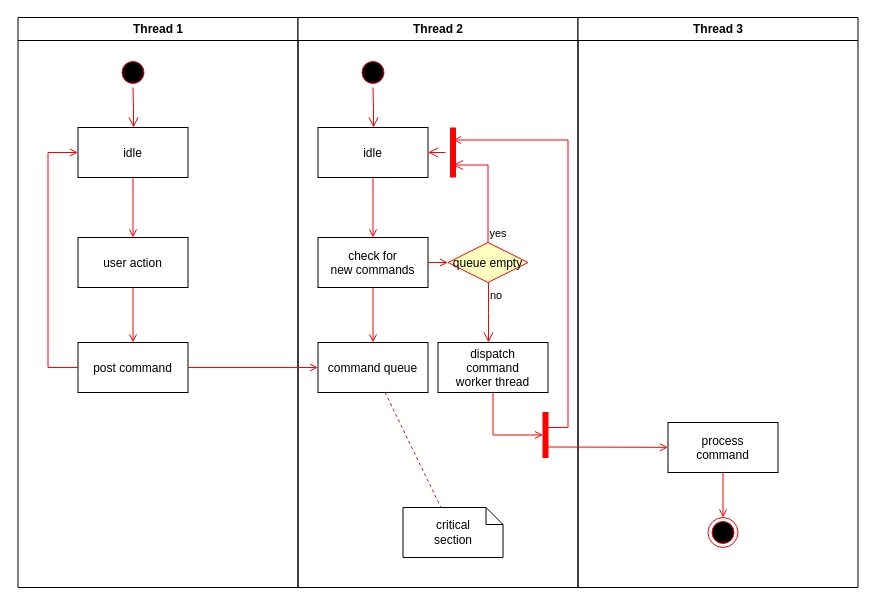
Above: Untitled Diagram.drawio in chenran99/chrnran99 (draw.io), before the change. Source tidied: cells renumbered, new cells numbered last; positions are measured from the earlier drawing's top-left corner, leaving out a move shared by most shapes. Both pictures are drawn from the tidied source at 100%, with x=0, y=0 at pixel (17, 17).
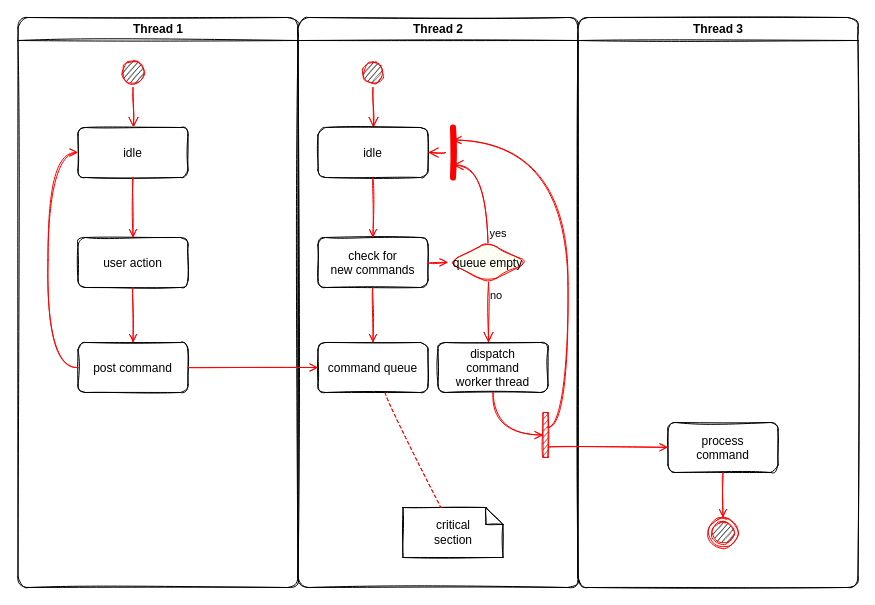
The same page after the edit.

What changed in the source:
```diff
@@
-    <mxCell id="2" value="Thread 1" style="swimlane;whiteSpace=wrap;" parent="1" vertex="1">
+    <mxCell id="2" value="Thread 1" style="swimlane;whiteSpace=wrap;sketch=1;rounded=1;" parent="1" vertex="1">
       <mxGeometry x="0.5" width="280" height="570" as="geometry" />
     </mxCell>
-    <mxCell id="3" style="ellipse;shape=startState;fillColor=#000000;strokeColor=#ff0000;" parent="2" vertex="1">
+    <mxCell id="3" style="ellipse;shape=startState;fillColor=#000000;strokeColor=#ff0000;sketch=1;rounded=1;" parent="2" vertex="1">
       <mxGeometry x="100" y="40" width="30" height="30" as="geometry" />
     </mxCell>
-    <mxCell id="4" style="edgeStyle=elbowEdgeStyle;elbow=horizontal;verticalAlign=bottom;endArrow=open;endSize=8;strokeColor=#FF0000;endFill=1;rounded=0;" parent="2" edge="1" source="3" target="5">
+    <mxCell id="4" style="edgeStyle=elbowEdgeStyle;elbow=horizontal;verticalAlign=bottom;endArrow=open;endSize=8;strokeColor=#FF0000;endFill=1;sketch=1;curved=1;" parent="2" edge="1" source="3" target="5">
       <mxGeometry x="100" y="40" as="geometry" />
     </mxCell>
-    <mxCell id="5" value="idle" parent="2" vertex="1">
+    <mxCell id="5" value="idle" style="sketch=1;rounded=1;" parent="2" vertex="1">
       <mxGeometry x="60" y="110" width="110" height="50" as="geometry" />
     </mxCell>
-    <mxCell id="6" value="user action" parent="2" vertex="1">
+    <mxCell id="6" value="user action" style="sketch=1;rounded=1;" parent="2" vertex="1">
       <mxGeometry x="60" y="220" width="110" height="50" as="geometry" />
     </mxCell>
-    <mxCell id="7" style="endArrow=open;strokeColor=#FF0000;endFill=1;rounded=0;" parent="2" edge="1" source="5" target="6">
+    <mxCell id="7" style="endArrow=open;strokeColor=#FF0000;endFill=1;sketch=1;curved=1;" parent="2" edge="1" source="5" target="6">
       <mxGeometry relative="1" as="geometry" />
     </mxCell>
-    <mxCell id="8" value="post command" parent="2" vertex="1">
+    <mxCell id="8" value="post command" style="sketch=1;rounded=1;" parent="2" vertex="1">
       <mxGeometry x="60" y="325" width="110" height="50" as="geometry" />
     </mxCell>
-    <mxCell id="9" style="endArrow=open;strokeColor=#FF0000;endFill=1;rounded=0;" parent="2" edge="1" source="6" target="8">
+    <mxCell id="9" style="endArrow=open;strokeColor=#FF0000;endFill=1;sketch=1;curved=1;" parent="2" edge="1" source="6" target="8">
       <mxGeometry relative="1" as="geometry" />
     </mxCell>
-    <mxCell id="10" style="edgeStyle=elbowEdgeStyle;elbow=horizontal;strokeColor=#FF0000;endArrow=open;endFill=1;rounded=0;" parent="2" edge="1" source="8" target="5">
+    <mxCell id="10" style="edgeStyle=elbowEdgeStyle;elbow=horizontal;strokeColor=#FF0000;endArrow=open;endFill=1;sketch=1;curved=1;" parent="2" edge="1" source="8" target="5">
       <mxGeometry relative="1" as="geometry">
         <Array as="points">
           <mxPoint x="30" y="250" />
         </Array>
       </mxGeometry>
     </mxCell>
-    <mxCell id="11" value="Thread 2" style="swimlane;whiteSpace=wrap;" parent="1" vertex="1">
+    <mxCell id="11" value="Thread 2" style="swimlane;whiteSpace=wrap;sketch=1;rounded=1;" parent="1" vertex="1">
       <mxGeometry x="280.5" width="280" height="570" as="geometry" />
     </mxCell>
-    <mxCell id="12" style="ellipse;shape=startState;fillColor=#000000;strokeColor=#ff0000;" parent="11" vertex="1">
+    <mxCell id="12" style="ellipse;shape=startState;fillColor=#000000;strokeColor=#ff0000;sketch=1;rounded=1;" parent="11" vertex="1">
       <mxGeometry x="60" y="40" width="30" height="30" as="geometry" />
     </mxCell>
-    <mxCell id="13" style="edgeStyle=elbowEdgeStyle;elbow=horizontal;verticalAlign=bottom;endArrow=open;endSize=8;strokeColor=#FF0000;endFill=1;rounded=0;" parent="11" edge="1" source="12" target="14">
+    <mxCell id="13" style="edgeStyle=elbowEdgeStyle;elbow=horizontal;verticalAlign=bottom;endArrow=open;endSize=8;strokeColor=#FF0000;endFill=1;sketch=1;curved=1;" parent="11" edge="1" source="12" target="14">
       <mxGeometry x="40" y="20" as="geometry" />
     </mxCell>
-    <mxCell id="14" value="idle" parent="11" vertex="1">
+    <mxCell id="14" value="idle" style="sketch=1;rounded=1;" parent="11" vertex="1">
       <mxGeometry x="20" y="110" width="110" height="50" as="geometry" />
     </mxCell>
-    <mxCell id="15" value="check for &#10;new commands" parent="11" vertex="1">
+    <mxCell id="15" value="check for &#10;new commands" style="sketch=1;rounded=1;" parent="11" vertex="1">
       <mxGeometry x="20" y="220" width="110" height="50" as="geometry" />
     </mxCell>
-    <mxCell id="16" style="endArrow=open;strokeColor=#FF0000;endFill=1;rounded=0;" parent="11" edge="1" source="14" target="15">
+    <mxCell id="16" style="endArrow=open;strokeColor=#FF0000;endFill=1;sketch=1;curved=1;" parent="11" edge="1" source="14" target="15">
       <mxGeometry relative="1" as="geometry" />
     </mxCell>
-    <mxCell id="17" value="command queue" parent="11" vertex="1">
+    <mxCell id="17" value="command queue" style="sketch=1;rounded=1;" parent="11" vertex="1">
       <mxGeometry x="20" y="325" width="110" height="50" as="geometry" />
     </mxCell>
-    <mxCell id="18" style="endArrow=open;strokeColor=#FF0000;endFill=1;rounded=0;" parent="11" edge="1" source="15" target="17">
+    <mxCell id="18" style="endArrow=open;strokeColor=#FF0000;endFill=1;sketch=1;curved=1;" parent="11" edge="1" source="15" target="17">
       <mxGeometry relative="1" as="geometry" />
     </mxCell>
-    <mxCell id="19" value="queue empty" style="rhombus;fillColor=#ffffc0;strokeColor=#ff0000;" parent="11" vertex="1">
+    <mxCell id="19" value="queue empty" style="rhombus;fillColor=#ffffc0;strokeColor=#ff0000;sketch=1;rounded=1;" parent="11" vertex="1">
       <mxGeometry x="150" y="225" width="80" height="40" as="geometry" />
     </mxCell>
-    <mxCell id="20" value="yes" style="edgeStyle=elbowEdgeStyle;elbow=horizontal;align=left;verticalAlign=bottom;endArrow=open;endSize=8;strokeColor=#FF0000;exitX=0.5;exitY=0;endFill=1;rounded=0;entryX=0.75;entryY=0.5;entryPerimeter=0;" parent="11" edge="1" source="19" target="23">
+    <mxCell id="20" value="yes" style="edgeStyle=elbowEdgeStyle;elbow=horizontal;align=left;verticalAlign=bottom;endArrow=open;endSize=8;strokeColor=#FF0000;exitX=0.5;exitY=0;endFill=1;entryX=0.75;entryY=0.5;entryPerimeter=0;sketch=1;curved=1;" parent="11" edge="1" source="19" target="23">
       <mxGeometry x="-1" relative="1" as="geometry">
         <Array as="points">
           <mxPoint x="190" y="180" />
         </Array>
       </mxGeometry>
     </mxCell>
-    <mxCell id="21" value="no" style="edgeStyle=elbowEdgeStyle;elbow=horizontal;align=left;verticalAlign=top;endArrow=open;endSize=8;strokeColor=#FF0000;endFill=1;rounded=0;" parent="11" edge="1" source="19" target="25">
+    <mxCell id="21" value="no" style="edgeStyle=elbowEdgeStyle;elbow=horizontal;align=left;verticalAlign=top;endArrow=open;endSize=8;strokeColor=#FF0000;endFill=1;sketch=1;curved=1;" parent="11" edge="1" source="19" target="25">
       <mxGeometry x="-1" relative="1" as="geometry" />
     </mxCell>
-    <mxCell id="22" style="endArrow=open;strokeColor=#FF0000;endFill=1;rounded=0;" parent="11" edge="1" source="15" target="19">
+    <mxCell id="22" style="endArrow=open;strokeColor=#FF0000;endFill=1;sketch=1;curved=1;" parent="11" edge="1" source="15" target="19">
       <mxGeometry relative="1" as="geometry" />
     </mxCell>
-    <mxCell id="23" style="shape=line;strokeWidth=6;strokeColor=#ff0000;rotation=90;" parent="11" vertex="1">
+    <mxCell id="23" style="shape=line;strokeWidth=6;strokeColor=#ff0000;rotation=90;sketch=1;rounded=1;" parent="11" vertex="1">
       <mxGeometry x="130" y="127.5" width="50" height="15" as="geometry" />
     </mxCell>
-    <mxCell id="24" style="edgeStyle=elbowEdgeStyle;elbow=horizontal;verticalAlign=bottom;endArrow=open;endSize=8;strokeColor=#FF0000;endFill=1;rounded=0;" parent="11" edge="1" source="23" target="14">
+    <mxCell id="24" style="edgeStyle=elbowEdgeStyle;elbow=horizontal;verticalAlign=bottom;endArrow=open;endSize=8;strokeColor=#FF0000;endFill=1;sketch=1;curved=1;" parent="11" edge="1" source="23" target="14">
       <mxGeometry x="130" y="90" as="geometry" />
     </mxCell>
-    <mxCell id="25" value="dispatch&#10;command&#10;worker thread" parent="11" vertex="1">
+    <mxCell id="25" value="dispatch&#10;command&#10;worker thread" style="sketch=1;rounded=1;" parent="11" vertex="1">
       <mxGeometry x="140" y="325" width="110" height="50" as="geometry" />
     </mxCell>
-    <mxCell id="26" value="critical&#10;section" style="shape=note;whiteSpace=wrap;size=17;" parent="11" vertex="1">
+    <mxCell id="26" value="critical&#10;section" style="shape=note;whiteSpace=wrap;size=17;sketch=1;rounded=1;" parent="11" vertex="1">
       <mxGeometry x="105" y="490" width="100" height="50" as="geometry" />
     </mxCell>
-    <mxCell id="27" style="endArrow=none;strokeColor=#FF0000;endFill=0;rounded=0;dashed=1;" parent="11" edge="1" source="17" target="26">
+    <mxCell id="27" style="endArrow=none;strokeColor=#FF0000;endFill=0;dashed=1;sketch=1;curved=1;" parent="11" edge="1" source="17" target="26">
       <mxGeometry relative="1" as="geometry" />
     </mxCell>
-    <mxCell id="28" style="whiteSpace=wrap;strokeColor=#FF0000;fillColor=#FF0000;" parent="11" vertex="1">
+    <mxCell id="28" style="whiteSpace=wrap;strokeColor=#FF0000;fillColor=#FF0000;sketch=1;rounded=1;" parent="11" vertex="1">
       <mxGeometry x="245" y="395" width="5" height="45" as="geometry" />
     </mxCell>
-    <mxCell id="29" style="edgeStyle=elbowEdgeStyle;elbow=horizontal;entryX=0;entryY=0.5;strokeColor=#FF0000;endArrow=open;endFill=1;rounded=0;" parent="11" edge="1" source="25" target="28">
+    <mxCell id="29" style="edgeStyle=elbowEdgeStyle;elbow=horizontal;entryX=0;entryY=0.5;strokeColor=#FF0000;endArrow=open;endFill=1;sketch=1;curved=1;" parent="11" edge="1" source="25" target="28">
       <mxGeometry relative="1" as="geometry">
         <Array as="points">
           <mxPoint x="195" y="400" />
         </Array>
       </mxGeometry>
     </mxCell>
-    <mxCell id="30" value="Thread 3" style="swimlane;whiteSpace=wrap;" parent="1" vertex="1">
+    <mxCell id="30" value="Thread 3" style="swimlane;whiteSpace=wrap;sketch=1;rounded=1;" parent="1" vertex="1">
       <mxGeometry x="560.5" width="280" height="570" as="geometry" />
     </mxCell>
-    <mxCell id="31" value="process&#10;command" parent="30" vertex="1">
+    <mxCell id="31" value="process&#10;command" style="sketch=1;rounded=1;" parent="30" vertex="1">
       <mxGeometry x="90" y="405" width="110" height="50" as="geometry" />
     </mxCell>
-    <mxCell id="32" style="edgeStyle=elbowEdgeStyle;elbow=horizontal;strokeColor=#FF0000;endArrow=open;endFill=1;rounded=0;entryX=0.25;entryY=0.5;entryPerimeter=0;" parent="30" edge="1" target="23">
+    <mxCell id="32" style="edgeStyle=elbowEdgeStyle;elbow=horizontal;strokeColor=#FF0000;endArrow=open;endFill=1;entryX=0.25;entryY=0.5;entryPerimeter=0;sketch=1;curved=1;" parent="30" edge="1" target="23">
       <mxGeometry relative="1" as="geometry">
         <mxPoint x="-30" y="410" as="sourcePoint" />
         <Array as="points">
           <mxPoint x="-10" y="135" />
         </Array>
       </mxGeometry>
     </mxCell>
-    <mxCell id="33" style="edgeStyle=none;strokeColor=#FF0000;endArrow=open;endFill=1;rounded=0;" parent="30" edge="1" target="31">
+    <mxCell id="33" style="edgeStyle=none;strokeColor=#FF0000;endArrow=open;endFill=1;sketch=1;curved=1;" parent="30" edge="1" target="31">
       <mxGeometry relative="1" as="geometry">
         <mxPoint x="-30" y="429.5" as="sourcePoint" />
       </mxGeometry>
     </mxCell>
-    <mxCell id="34" style="ellipse;shape=endState;fillColor=#000000;strokeColor=#ff0000;" parent="30" vertex="1">
+    <mxCell id="34" style="ellipse;shape=endState;fillColor=#000000;strokeColor=#ff0000;sketch=1;rounded=1;" parent="30" vertex="1">
       <mxGeometry x="130" y="500" width="30" height="30" as="geometry" />
     </mxCell>
-    <mxCell id="35" style="endArrow=open;strokeColor=#FF0000;endFill=1;rounded=0;" parent="30" edge="1" source="31" target="34">
+    <mxCell id="35" style="endArrow=open;strokeColor=#FF0000;endFill=1;sketch=1;curved=1;" parent="30" edge="1" source="31" target="34">
       <mxGeometry relative="1" as="geometry" />
     </mxCell>
-    <mxCell id="36" style="endArrow=open;strokeColor=#FF0000;endFill=1;rounded=0;" parent="1" edge="1" source="8" target="17">
+    <mxCell id="36" style="endArrow=open;strokeColor=#FF0000;endFill=1;sketch=1;curved=1;" parent="1" edge="1" source="8" target="17">
       <mxGeometry relative="1" as="geometry" />
     </mxCell>
```
